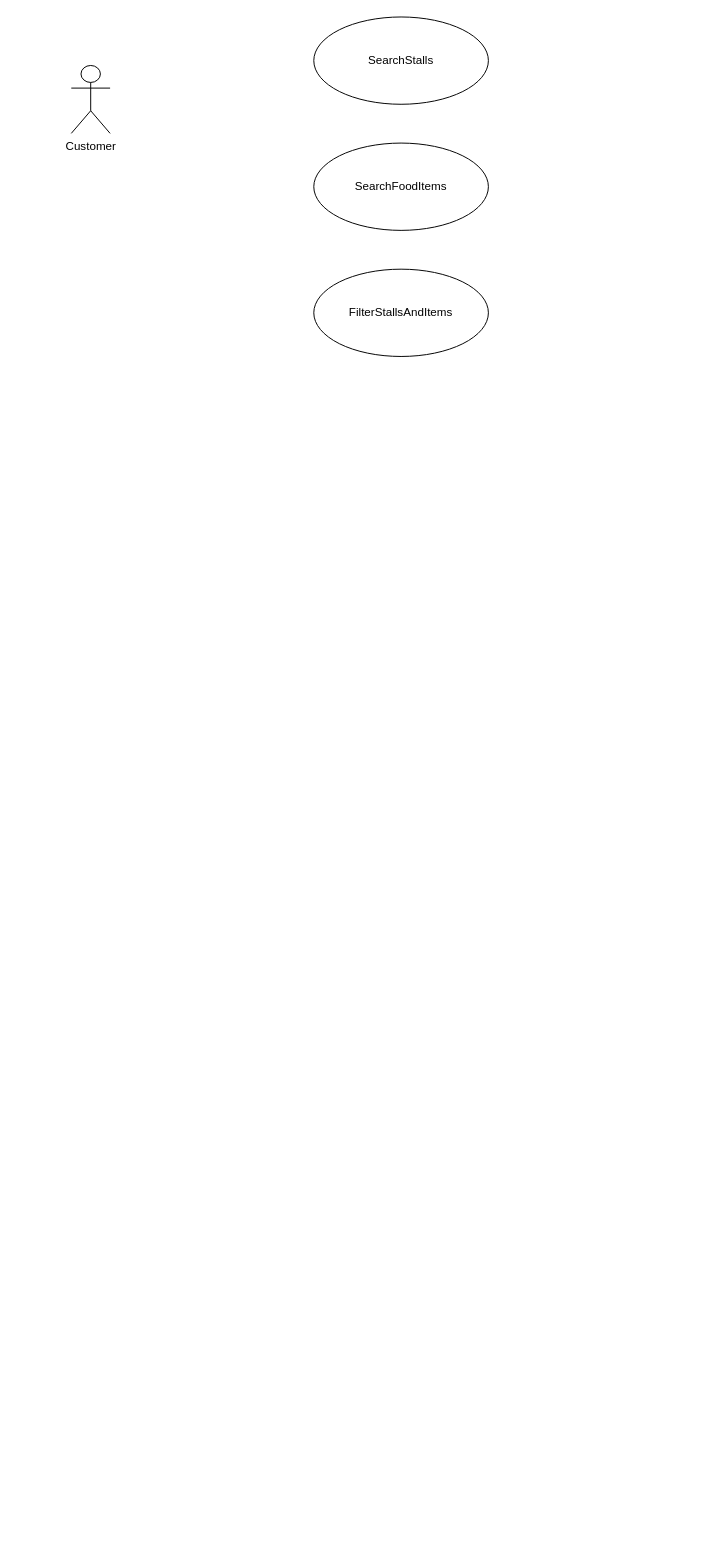
Above: usecase/customer-usecase.drawio in arafatmansuri/SmartFoodCourt-System-Design (draw.io), before the change. Source tidied: cells renumbered, new cells numbered last; positions are measured from the earlier drawing's top-left corner, leaving out a move shared by most shapes. Both pictures are drawn from the tidied source at 97%, with x=0, y=0 at pixel (71, 16).
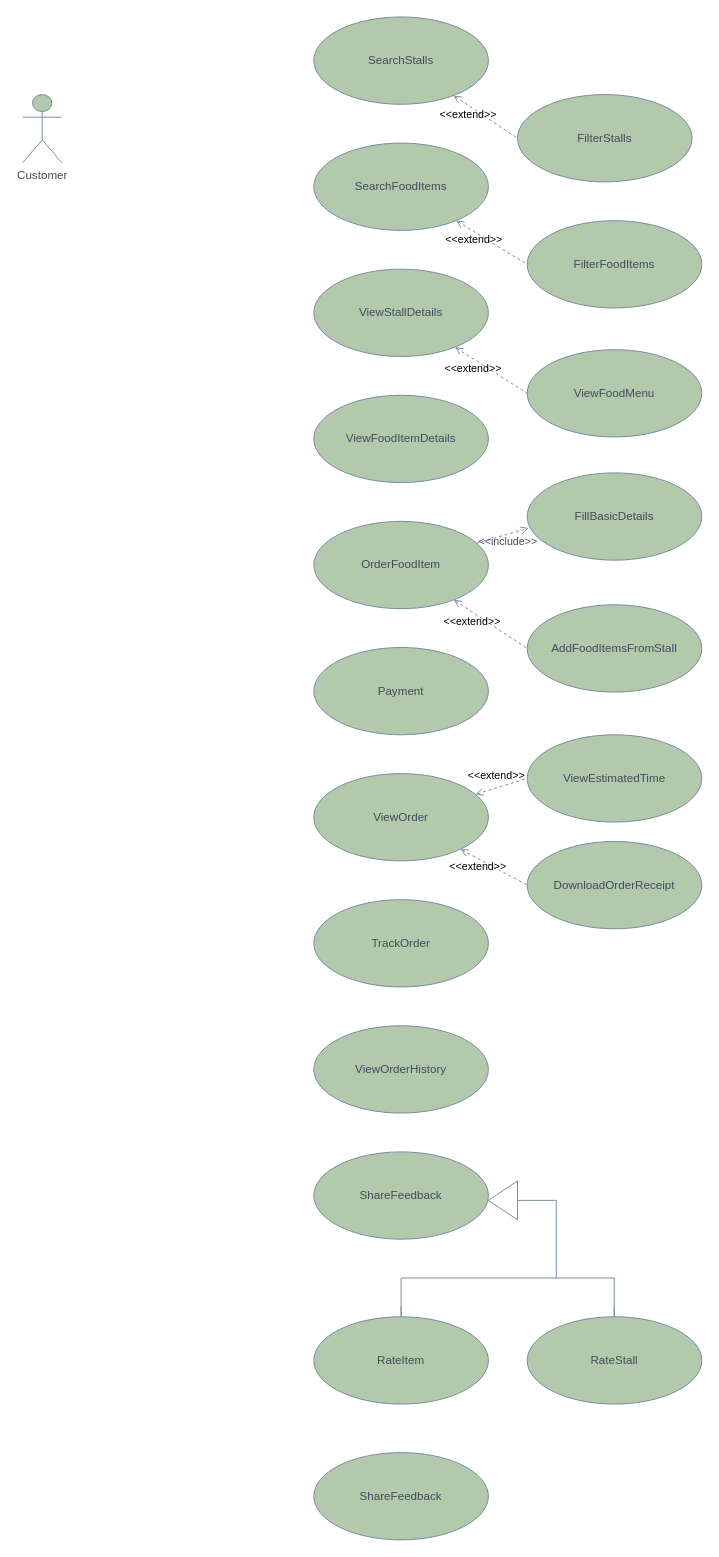
After the change.

The edit, as a diff of the source:
```diff
@@
-    <mxCell id="2" value="Customer" style="shape=umlActor;verticalLabelPosition=bottom;verticalAlign=top;html=1;" parent="1" vertex="1">
-      <mxGeometry y="50" width="40" height="70" as="geometry" />
+    <mxCell id="2" value="Customer" style="shape=umlActor;verticalLabelPosition=bottom;verticalAlign=top;html=1;labelBackgroundColor=none;fillColor=#B2C9AB;strokeColor=#788AA3;fontColor=#46495D;" parent="1" vertex="1">
+      <mxGeometry x="-50" y="80" width="40" height="70" as="geometry" />
     </mxCell>
-    <mxCell id="3" value="SearchStalls" style="ellipse;whiteSpace=wrap;html=1;" parent="1" vertex="1">
+    <mxCell id="3" value="SearchStalls" style="ellipse;whiteSpace=wrap;html=1;labelBackgroundColor=none;fillColor=#B2C9AB;strokeColor=#788AA3;fontColor=#46495D;" parent="1" vertex="1">
       <mxGeometry x="250" width="180" height="90" as="geometry" />
     </mxCell>
-    <mxCell id="4" value="SearchFoodItems" style="ellipse;whiteSpace=wrap;html=1;" parent="1" vertex="1">
+    <mxCell id="4" value="SearchFoodItems" style="ellipse;whiteSpace=wrap;html=1;labelBackgroundColor=none;fillColor=#B2C9AB;strokeColor=#788AA3;fontColor=#46495D;" parent="1" vertex="1">
       <mxGeometry x="250" y="130" width="180" height="90" as="geometry" />
     </mxCell>
-    <mxCell id="5" value="FilterStallsAndItems" style="ellipse;whiteSpace=wrap;html=1;" parent="1" vertex="1">
+    <mxCell id="5" value="ViewStallDetails" style="ellipse;whiteSpace=wrap;html=1;labelBackgroundColor=none;fillColor=#B2C9AB;strokeColor=#788AA3;fontColor=#46495D;" parent="1" vertex="1">
       <mxGeometry x="250" y="260" width="180" height="90" as="geometry" />
     </mxCell>
+    <mxCell id="6" value="FilterStalls" style="ellipse;whiteSpace=wrap;html=1;labelBackgroundColor=none;fillColor=#B2C9AB;strokeColor=#788AA3;fontColor=#46495D;" parent="1" vertex="1">
+      <mxGeometry x="460" y="80" width="180" height="90" as="geometry" />
+    </mxCell>
+    <mxCell id="7" value="&amp;lt;&amp;lt;extend&amp;gt;&amp;gt;" style="html=1;verticalAlign=bottom;labelBackgroundColor=none;endArrow=none;endFill=0;dashed=1;rounded=0;entryX=0;entryY=0.5;entryDx=0;entryDy=0;strokeColor=#788AA3;fontColor=default;startArrow=open;startFill=0;" parent="1" edge="1" source="3" target="6">
+      <mxGeometry x="-0.26" y="-15" relative="1" as="geometry">
+        <mxPoint x="-1" as="offset" />
+      </mxGeometry>
+    </mxCell>
+    <mxCell id="8" value="&amp;lt;&amp;lt;extend&amp;gt;&amp;gt;" style="html=1;verticalAlign=bottom;labelBackgroundColor=none;endArrow=none;endFill=0;dashed=1;rounded=0;entryX=0;entryY=0.5;entryDx=0;entryDy=0;strokeColor=#788AA3;fontColor=default;startArrow=open;startFill=0;" parent="1" edge="1" source="4" target="9">
+      <mxGeometry x="-0.26" y="-15" relative="1" as="geometry">
+        <mxPoint x="-1" as="offset" />
+      </mxGeometry>
+    </mxCell>
+    <mxCell id="9" value="FilterFoodItems" style="ellipse;whiteSpace=wrap;html=1;labelBackgroundColor=none;fillColor=#B2C9AB;strokeColor=#788AA3;fontColor=#46495D;" parent="1" vertex="1">
+      <mxGeometry x="470" y="210" width="180" height="90" as="geometry" />
+    </mxCell>
+    <mxCell id="10" value="ViewFoodItemDetails" style="ellipse;whiteSpace=wrap;html=1;labelBackgroundColor=none;fillColor=#B2C9AB;strokeColor=#788AA3;fontColor=#46495D;" parent="1" vertex="1">
+      <mxGeometry x="250" y="390" width="180" height="90" as="geometry" />
+    </mxCell>
+    <mxCell id="11" value="ViewFoodMenu" style="ellipse;whiteSpace=wrap;html=1;labelBackgroundColor=none;fillColor=#B2C9AB;strokeColor=#788AA3;fontColor=#46495D;" parent="1" vertex="1">
+      <mxGeometry x="470" y="343" width="180" height="90" as="geometry" />
+    </mxCell>
+    <mxCell id="12" value="&amp;lt;&amp;lt;extend&amp;gt;&amp;gt;" style="html=1;verticalAlign=bottom;labelBackgroundColor=none;endArrow=none;endFill=0;dashed=1;rounded=0;entryX=0;entryY=0.5;entryDx=0;entryDy=0;strokeColor=#788AA3;fontColor=default;startArrow=open;startFill=0;" parent="1" edge="1" source="5" target="11">
+      <mxGeometry x="-0.26" y="-15" relative="1" as="geometry">
+        <mxPoint x="-1" as="offset" />
+      </mxGeometry>
+    </mxCell>
+    <mxCell id="13" value="OrderFoodItem" style="ellipse;whiteSpace=wrap;html=1;labelBackgroundColor=none;fillColor=#B2C9AB;strokeColor=#788AA3;fontColor=#46495D;" parent="1" vertex="1">
+      <mxGeometry x="250" y="520" width="180" height="90" as="geometry" />
+    </mxCell>
+    <mxCell id="14" value="&amp;lt;&amp;lt;extend&amp;gt;&amp;gt;" style="html=1;verticalAlign=bottom;labelBackgroundColor=none;endArrow=none;endFill=0;dashed=1;rounded=0;entryX=0;entryY=0.5;entryDx=0;entryDy=0;strokeColor=#788AA3;fontColor=default;startArrow=open;startFill=0;" parent="1" edge="1" source="13" target="15">
+      <mxGeometry x="-0.26" y="-15" relative="1" as="geometry">
+        <mxPoint x="-1" as="offset" />
+      </mxGeometry>
+    </mxCell>
+    <mxCell id="15" value="AddFoodItemsFromStall" style="ellipse;whiteSpace=wrap;html=1;labelBackgroundColor=none;fillColor=#B2C9AB;strokeColor=#788AA3;fontColor=#46495D;" parent="1" vertex="1">
+      <mxGeometry x="470" y="606" width="180" height="90" as="geometry" />
+    </mxCell>
+    <mxCell id="16" value="Payment" style="ellipse;whiteSpace=wrap;html=1;labelBackgroundColor=none;fillColor=#B2C9AB;strokeColor=#788AA3;fontColor=#46495D;" parent="1" vertex="1">
+      <mxGeometry x="250" y="650" width="180" height="90" as="geometry" />
+    </mxCell>
+    <mxCell id="17" value="ViewOrder" style="ellipse;whiteSpace=wrap;html=1;labelBackgroundColor=none;fillColor=#B2C9AB;strokeColor=#788AA3;fontColor=#46495D;" parent="1" vertex="1">
+      <mxGeometry x="250" y="780" width="180" height="90" as="geometry" />
+    </mxCell>
+    <mxCell id="18" value="&amp;lt;&amp;lt;extend&amp;gt;&amp;gt;" style="html=1;verticalAlign=bottom;labelBackgroundColor=none;endArrow=none;endFill=0;dashed=1;rounded=0;entryX=0;entryY=0.5;entryDx=0;entryDy=0;strokeColor=#788AA3;fontColor=default;startArrow=open;startFill=0;" parent="1" edge="1" source="17" target="19">
+      <mxGeometry x="-0.26" y="-15" relative="1" as="geometry">
+        <mxPoint x="-1" as="offset" />
+      </mxGeometry>
+    </mxCell>
+    <mxCell id="19" value="DownloadOrderReceipt" style="ellipse;whiteSpace=wrap;html=1;labelBackgroundColor=none;fillColor=#B2C9AB;strokeColor=#788AA3;fontColor=#46495D;" parent="1" vertex="1">
+      <mxGeometry x="470" y="850" width="180" height="90" as="geometry" />
+    </mxCell>
+    <mxCell id="20" value="&amp;lt;&amp;lt;extend&amp;gt;&amp;gt;" style="html=1;verticalAlign=bottom;labelBackgroundColor=none;endArrow=none;endFill=0;dashed=1;rounded=0;entryX=0;entryY=0.5;entryDx=0;entryDy=0;strokeColor=#788AA3;fontColor=default;startArrow=open;startFill=0;" parent="1" edge="1" source="17" target="21">
+      <mxGeometry x="-0.15" y="4" relative="1" as="geometry" />
+    </mxCell>
+    <mxCell id="21" value="ViewEstimatedTime" style="ellipse;whiteSpace=wrap;html=1;labelBackgroundColor=none;fillColor=#B2C9AB;strokeColor=#788AA3;fontColor=#46495D;" parent="1" vertex="1">
+      <mxGeometry x="470" y="740" width="180" height="90" as="geometry" />
+    </mxCell>
+    <mxCell id="22" value="TrackOrder" style="ellipse;whiteSpace=wrap;html=1;labelBackgroundColor=none;fillColor=#B2C9AB;strokeColor=#788AA3;fontColor=#46495D;" parent="1" vertex="1">
+      <mxGeometry x="250" y="910" width="180" height="90" as="geometry" />
+    </mxCell>
+    <mxCell id="23" value="ViewOrderHistory" style="ellipse;whiteSpace=wrap;html=1;labelBackgroundColor=none;fillColor=#B2C9AB;strokeColor=#788AA3;fontColor=#46495D;" parent="1" vertex="1">
+      <mxGeometry x="250" y="1040" width="180" height="90" as="geometry" />
+    </mxCell>
+    <mxCell id="24" value="FillBasicDetails" style="ellipse;whiteSpace=wrap;html=1;labelBackgroundColor=none;fillColor=#B2C9AB;strokeColor=#788AA3;fontColor=#46495D;" parent="1" vertex="1">
+      <mxGeometry x="470" y="470" width="180" height="90" as="geometry" />
+    </mxCell>
+    <mxCell id="25" value="&amp;lt;&amp;lt;include&amp;gt;&amp;gt;" style="html=1;verticalAlign=bottom;labelBackgroundColor=none;endArrow=open;endFill=0;dashed=1;rounded=0;strokeColor=#788AA3;fontColor=#46495D;fillColor=#B2C9AB;entryX=0.009;entryY=0.633;entryDx=0;entryDy=0;entryPerimeter=0;" parent="1" edge="1" source="13" target="24">
+      <mxGeometry x="0.02" y="-16" relative="1" as="geometry" />
+    </mxCell>
+    <mxCell id="26" value="ShareFeedback" style="ellipse;whiteSpace=wrap;html=1;labelBackgroundColor=none;fillColor=#B2C9AB;strokeColor=#788AA3;fontColor=#46495D;" parent="1" vertex="1">
+      <mxGeometry x="250" y="1170" width="180" height="90" as="geometry" />
+    </mxCell>
+    <mxCell id="27" style="triangle;whiteSpace=wrap;html=1;strokeColor=#788AA3;fontColor=#46495D;fillColor=none;direction=north;rotation=-90;" parent="1" vertex="1">
+      <mxGeometry x="425" y="1205" width="40" height="30" as="geometry" />
+    </mxCell>
+    <mxCell id="28" style="endArrow=none;html=1;rounded=0;strokeColor=#788AA3;fontColor=#46495D;fillColor=#B2C9AB;entryX=0;entryY=0.5;entryDx=0;entryDy=0;" parent="1" edge="1" target="27">
+      <mxGeometry relative="1" as="geometry">
+        <mxPoint x="500" y="1220" as="sourcePoint" />
+      </mxGeometry>
+    </mxCell>
+    <mxCell id="29" style="endArrow=none;html=1;rounded=0;strokeColor=#788AA3;fontColor=#46495D;fillColor=#B2C9AB;" parent="1" edge="1">
+      <mxGeometry relative="1" as="geometry">
+        <mxPoint x="500" y="1300" as="sourcePoint" />
+        <mxPoint x="500" y="1220" as="targetPoint" />
+      </mxGeometry>
+    </mxCell>
+    <mxCell id="30" style="endArrow=none;html=1;rounded=0;strokeColor=#788AA3;fontColor=#46495D;fillColor=#B2C9AB;" parent="1" edge="1">
+      <mxGeometry relative="1" as="geometry">
+        <mxPoint x="560" y="1300" as="sourcePoint" />
+        <mxPoint x="340" y="1300" as="targetPoint" />
+      </mxGeometry>
+    </mxCell>
+    <mxCell id="31" style="endArrow=none;html=1;rounded=0;strokeColor=#788AA3;fontColor=#46495D;fillColor=#B2C9AB;" parent="1" edge="1">
+      <mxGeometry relative="1" as="geometry">
+        <mxPoint x="340" y="1330" as="sourcePoint" />
+        <mxPoint x="340" y="1300" as="targetPoint" />
+        <Array as="points">
+          <mxPoint x="340" y="1340" />
+          <mxPoint x="340" y="1330" />
+        </Array>
+      </mxGeometry>
+    </mxCell>
+    <mxCell id="32" value="RateItem" style="ellipse;whiteSpace=wrap;html=1;labelBackgroundColor=none;fillColor=#B2C9AB;strokeColor=#788AA3;fontColor=#46495D;rotation=0;direction=west;" parent="1" vertex="1">
+      <mxGeometry x="250" y="1340" width="180" height="90" as="geometry" />
+    </mxCell>
+    <mxCell id="33" value="RateStall" style="ellipse;whiteSpace=wrap;html=1;labelBackgroundColor=none;fillColor=#B2C9AB;strokeColor=#788AA3;fontColor=#46495D;rotation=0;direction=west;" parent="1" vertex="1">
+      <mxGeometry x="470" y="1340" width="180" height="90" as="geometry" />
+    </mxCell>
+    <mxCell id="34" style="endArrow=none;html=1;rounded=0;strokeColor=#788AA3;fontColor=#46495D;fillColor=#B2C9AB;" parent="1" edge="1">
+      <mxGeometry relative="1" as="geometry">
+        <mxPoint x="559.7" y="1330" as="sourcePoint" />
+        <mxPoint x="559.7" y="1300" as="targetPoint" />
+        <Array as="points">
+          <mxPoint x="559.7" y="1340" />
+          <mxPoint x="559.7" y="1330" />
+        </Array>
+      </mxGeometry>
+    </mxCell>
+    <mxCell id="35" value="ShareFeedback" style="ellipse;whiteSpace=wrap;html=1;labelBackgroundColor=none;fillColor=#B2C9AB;strokeColor=#788AA3;fontColor=#46495D;" parent="1" vertex="1">
+      <mxGeometry x="250" y="1480" width="180" height="90" as="geometry" />
+    </mxCell>
```
